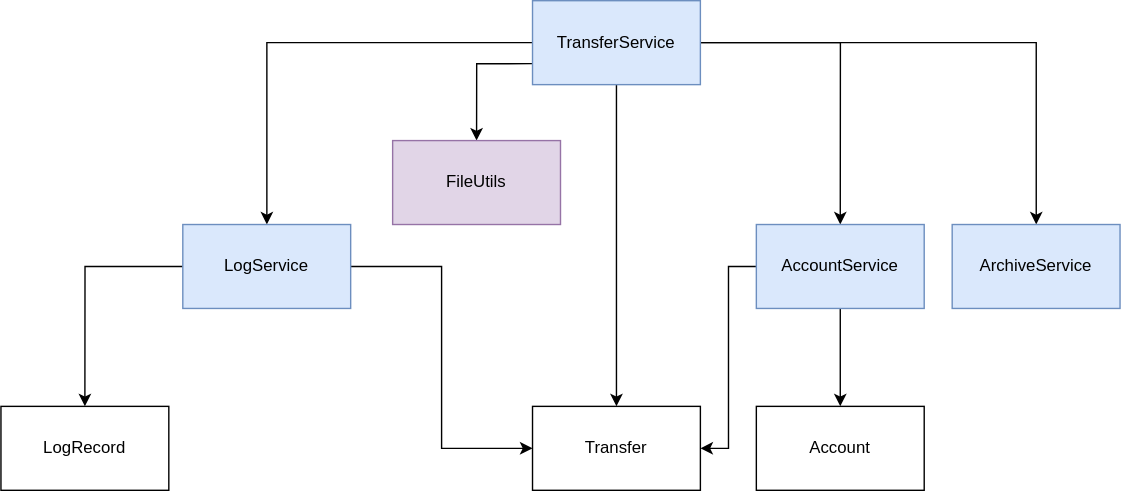
julshymskaya/JavaCoreFinalProjectFirst keeps this draw.io diagram as Диаграмма.svg. Above is the earlier version. Source tidied: cells renumbered, new cells last; positions are measured from the earlier drawing's top-left corner, leaving out a move shared by most shapes. The source it was exported from:
```xml
<mxGraphModel>
  <root>
    <mxCell id="0" />
    <mxCell id="1" parent="0" />
    <mxCell id="2" style="edgeStyle=orthogonalEdgeStyle;rounded=0;jettySize=auto;html=1;" parent="1" edge="1" source="7" target="10">
      <mxGeometry relative="1" as="geometry" />
    </mxCell>
    <mxCell id="3" style="edgeStyle=orthogonalEdgeStyle;rounded=0;jettySize=auto;html=1;entryX=0.5;entryY=0;entryDx=0;entryDy=0;" parent="1" edge="1" source="7" target="13">
      <mxGeometry relative="1" as="geometry" />
    </mxCell>
    <mxCell id="4" style="edgeStyle=orthogonalEdgeStyle;rounded=0;jettySize=auto;html=1;" parent="1" edge="1" source="7" target="14">
      <mxGeometry relative="1" as="geometry" />
    </mxCell>
    <mxCell id="5" style="edgeStyle=orthogonalEdgeStyle;rounded=0;jettySize=auto;html=1;" parent="1" edge="1" source="7" target="15">
      <mxGeometry relative="1" as="geometry" />
    </mxCell>
    <mxCell id="6" style="edgeStyle=orthogonalEdgeStyle;rounded=0;jettySize=auto;html=1;exitX=0;exitY=0.75;exitDx=0;exitDy=0;entryX=0.5;entryY=0;entryDx=0;entryDy=0;" parent="1" edge="1" source="7" target="18">
      <mxGeometry relative="1" as="geometry" />
    </mxCell>
    <mxCell id="7" value="TransferService" style="rounded=0;whiteSpace=wrap;html=1;fillColor=#dae8fc;strokeColor=#6c8ebf;" parent="1" vertex="1">
      <mxGeometry x="380" width="120" height="60" as="geometry" />
    </mxCell>
    <mxCell id="8" style="edgeStyle=orthogonalEdgeStyle;rounded=0;jettySize=auto;html=1;entryX=0.5;entryY=0;entryDx=0;entryDy=0;" parent="1" edge="1" source="10" target="16">
      <mxGeometry relative="1" as="geometry" />
    </mxCell>
    <mxCell id="9" style="edgeStyle=orthogonalEdgeStyle;rounded=0;jettySize=auto;html=1;entryX=0;entryY=0.5;entryDx=0;entryDy=0;" parent="1" edge="1" source="10" target="15">
      <mxGeometry relative="1" as="geometry" />
    </mxCell>
    <mxCell id="10" value="LogService" style="rounded=0;whiteSpace=wrap;html=1;fillColor=#dae8fc;strokeColor=#6c8ebf;" parent="1" vertex="1">
      <mxGeometry x="130" y="160" width="120" height="60" as="geometry" />
    </mxCell>
    <mxCell id="11" style="edgeStyle=orthogonalEdgeStyle;rounded=0;jettySize=auto;html=1;" parent="1" edge="1" source="13" target="17">
      <mxGeometry relative="1" as="geometry" />
    </mxCell>
    <mxCell id="12" style="edgeStyle=orthogonalEdgeStyle;rounded=0;jettySize=auto;html=1;entryX=1;entryY=0.5;entryDx=0;entryDy=0;" parent="1" edge="1" source="13" target="15">
      <mxGeometry relative="1" as="geometry" />
    </mxCell>
    <mxCell id="13" value="AccountService" style="rounded=0;whiteSpace=wrap;html=1;fillColor=#dae8fc;strokeColor=#6c8ebf;" parent="1" vertex="1">
      <mxGeometry x="540" y="160" width="120" height="60" as="geometry" />
    </mxCell>
    <mxCell id="14" value="ArchiveService" style="rounded=0;whiteSpace=wrap;html=1;fillColor=#dae8fc;strokeColor=#6c8ebf;" parent="1" vertex="1">
      <mxGeometry x="680" y="160" width="120" height="60" as="geometry" />
    </mxCell>
    <mxCell id="15" value="Transfer" style="rounded=0;whiteSpace=wrap;html=1;" parent="1" vertex="1">
      <mxGeometry x="380" y="290" width="120" height="60" as="geometry" />
    </mxCell>
    <mxCell id="16" value="LogRecord" style="rounded=0;whiteSpace=wrap;html=1;" parent="1" vertex="1">
      <mxGeometry y="290" width="120" height="60" as="geometry" />
    </mxCell>
    <mxCell id="17" value="Account" style="rounded=0;whiteSpace=wrap;html=1;" parent="1" vertex="1">
      <mxGeometry x="540" y="290" width="120" height="60" as="geometry" />
    </mxCell>
    <mxCell id="18" value="FileUtils" style="rounded=0;whiteSpace=wrap;html=1;fillColor=#e1d5e7;strokeColor=#9673a6;" parent="1" vertex="1">
      <mxGeometry x="280" y="100" width="120" height="60" as="geometry" />
    </mxCell>
  </root>
</mxGraphModel>
```
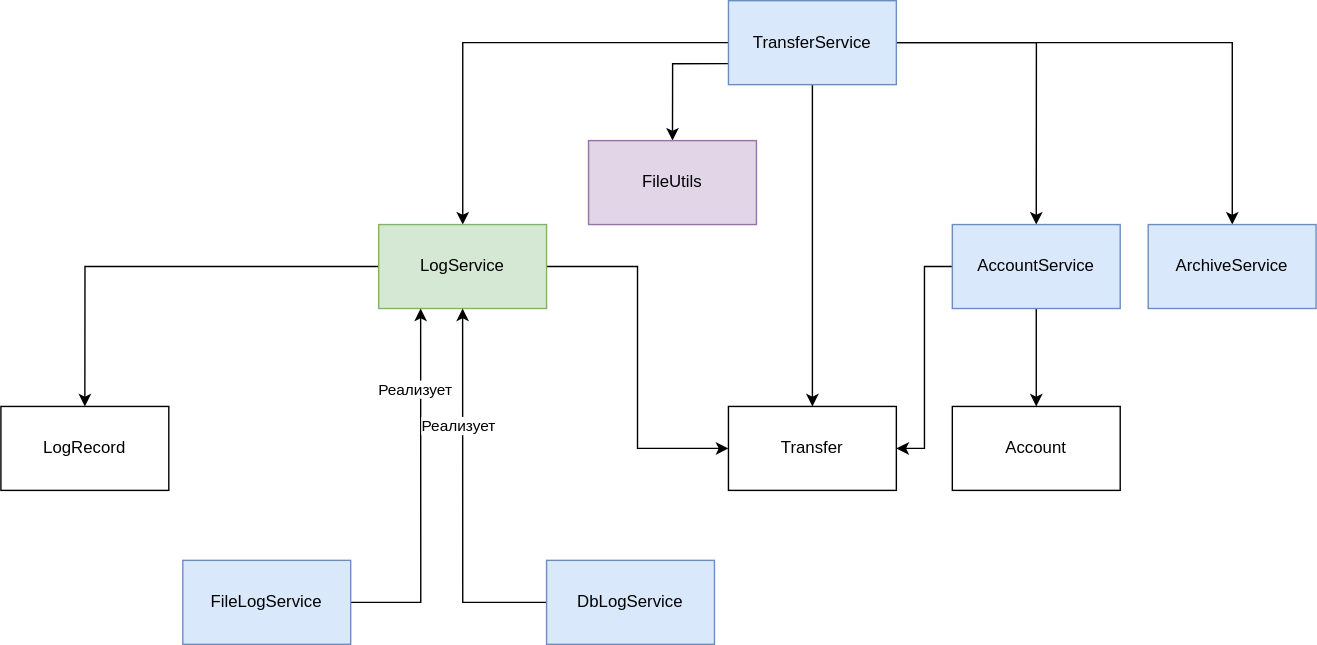
Later version of the same file.

Diff of the diagram source:
```diff
@@ -26,7 +26,7 @@
     <mxCell id="9" style="edgeStyle=orthogonalEdgeStyle;rounded=0;jettySize=auto;html=1;entryX=0;entryY=0.5;entryDx=0;entryDy=0;" parent="1" edge="1" source="10" target="15">
       <mxGeometry relative="1" as="geometry" />
     </mxCell>
-    <mxCell id="10" value="LogService" style="rounded=0;whiteSpace=wrap;html=1;fillColor=#dae8fc;strokeColor=#6c8ebf;" parent="1" vertex="1">
+    <mxCell id="10" value="LogService" style="rounded=0;whiteSpace=wrap;html=1;fillColor=#d5e8d4;strokeColor=#82b366;" parent="1" vertex="1">
       <mxGeometry x="130" y="160" width="120" height="60" as="geometry" />
     </mxCell>
     <mxCell id="11" style="edgeStyle=orthogonalEdgeStyle;rounded=0;jettySize=auto;html=1;" parent="1" edge="1" source="13" target="17">
@@ -45,7 +45,7 @@
       <mxGeometry x="380" y="290" width="120" height="60" as="geometry" />
     </mxCell>
     <mxCell id="16" value="LogRecord" style="rounded=0;whiteSpace=wrap;html=1;" parent="1" vertex="1">
-      <mxGeometry y="290" width="120" height="60" as="geometry" />
+      <mxGeometry x="-140" y="290" width="120" height="60" as="geometry" />
     </mxCell>
     <mxCell id="17" value="Account" style="rounded=0;whiteSpace=wrap;html=1;" parent="1" vertex="1">
       <mxGeometry x="540" y="290" width="120" height="60" as="geometry" />
@@ -53,5 +53,25 @@
     <mxCell id="18" value="FileUtils" style="rounded=0;whiteSpace=wrap;html=1;fillColor=#e1d5e7;strokeColor=#9673a6;" parent="1" vertex="1">
       <mxGeometry x="280" y="100" width="120" height="60" as="geometry" />
     </mxCell>
+    <mxCell id="19" style="edgeStyle=orthogonalEdgeStyle;rounded=0;jettySize=auto;html=1;entryX=0.25;entryY=1;entryDx=0;entryDy=0;" parent="1" edge="1" source="21" target="10">
+      <mxGeometry relative="1" as="geometry" />
+    </mxCell>
+    <mxCell id="20" value="Реализует" style="edgeLabel;html=1;align=center;verticalAlign=middle;" parent="19" vertex="1">
+      <mxGeometry x="0.56" y="5" relative="1" as="geometry">
+        <mxPoint y="-1" as="offset" />
+      </mxGeometry>
+    </mxCell>
+    <mxCell id="21" value="FileLogService" style="rounded=0;whiteSpace=wrap;html=1;fillColor=#dae8fc;strokeColor=#6c8ebf;" parent="1" vertex="1">
+      <mxGeometry x="-10" y="400" width="120" height="60" as="geometry" />
+    </mxCell>
+    <mxCell id="22" style="edgeStyle=orthogonalEdgeStyle;rounded=0;jettySize=auto;html=1;entryX=0.5;entryY=1;entryDx=0;entryDy=0;exitX=0;exitY=0.5;exitDx=0;exitDy=0;" parent="1" edge="1" source="24" target="10">
+      <mxGeometry relative="1" as="geometry" />
+    </mxCell>
+    <mxCell id="23" value="Реализует" style="edgeLabel;html=1;align=center;verticalAlign=middle;" parent="22" vertex="1">
+      <mxGeometry x="0.38" y="4" relative="1" as="geometry" />
+    </mxCell>
+    <mxCell id="24" value="DbLogService" style="rounded=0;whiteSpace=wrap;html=1;fillColor=#dae8fc;strokeColor=#6c8ebf;" parent="1" vertex="1">
+      <mxGeometry x="250" y="400" width="120" height="60" as="geometry" />
+    </mxCell>
   </root>
 </mxGraphModel>
```
